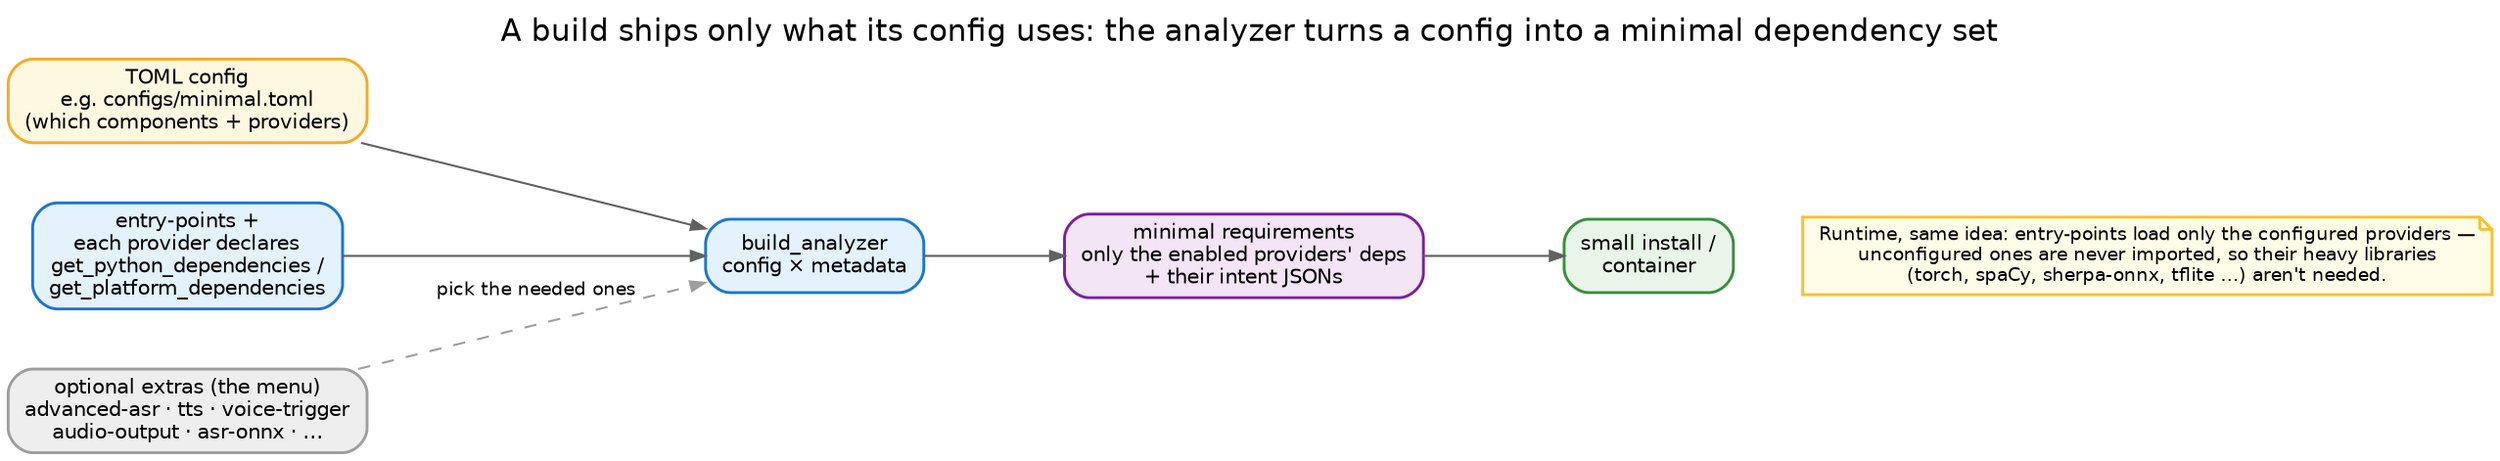
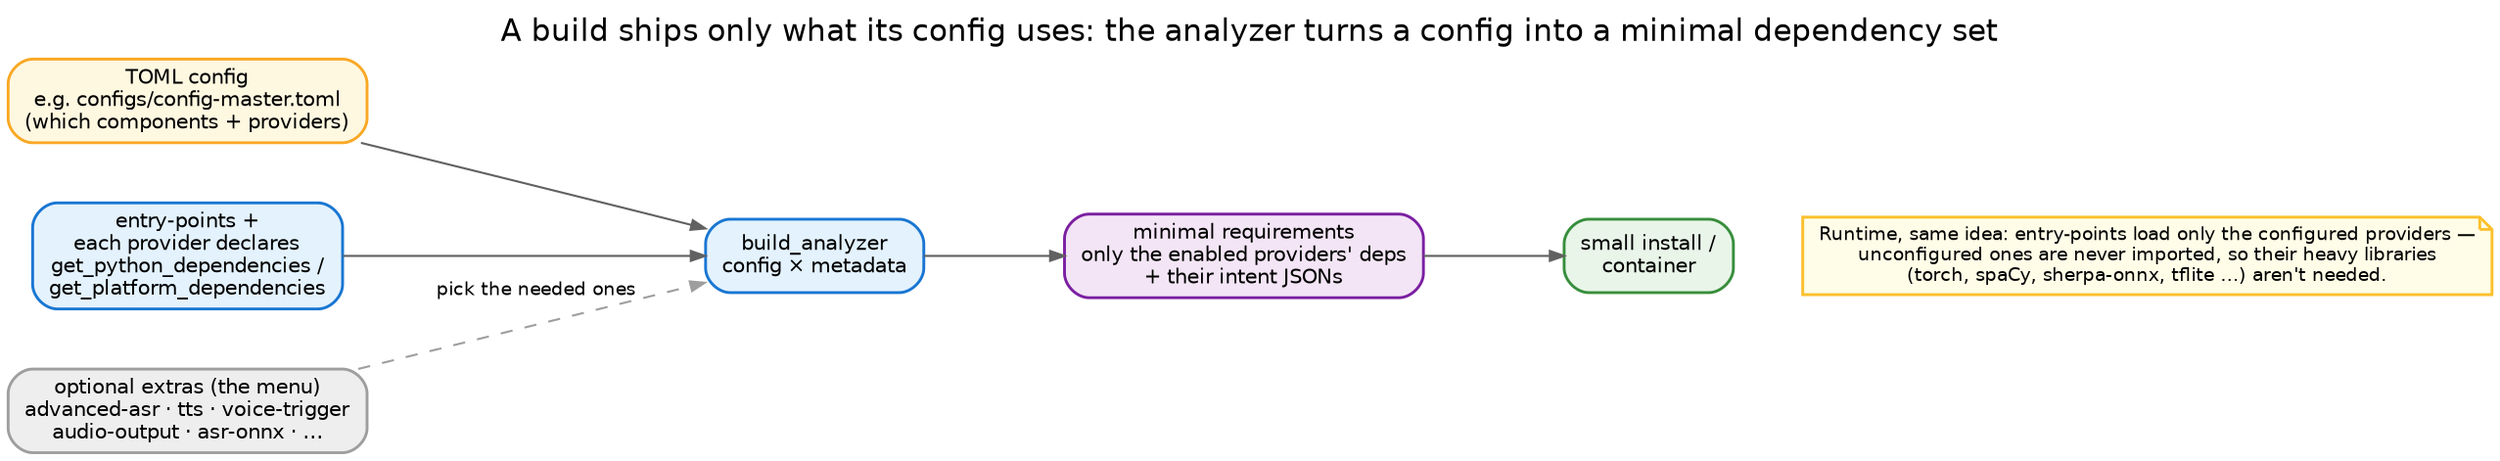
// Irene — minimal, config-driven builds. Render:
//   dot -Tpng docs/images/build-system.dot -o docs/images/build-system.png
digraph build {
  rankdir=LR; bgcolor="white"; splines=spline; nodesep=0.4; ranksep=0.95;
  fontname="Helvetica"; labelloc=t; fontsize=15;
  label="A build ships only what its config uses: the analyzer turns a config into a minimal dependency set";
  node [fontname="Helvetica", fontsize=10, shape=box, style="filled,rounded", penwidth=1.4];
  edge [fontname="Helvetica", fontsize=9, color="#616161", arrowsize=0.7];

-   config [label="TOML config\ne.g. configs/minimal.toml\n(which components + providers)", fillcolor="#fff8e1", color="#f9a825"];
+   config [label="TOML config\ne.g. configs/config-master.toml\n(which components + providers)", fillcolor="#fff8e1", color="#f9a825"];
  meta   [label="entry-points +\neach provider declares\nget_python_dependencies /\nget_platform_dependencies", fillcolor="#e3f2fd", color="#1976d2"];
  extras [label="optional extras (the menu)\nadvanced-asr · tts · voice-trigger\naudio-output · asr-onnx · …", fillcolor="#eeeeee", color="#9e9e9e"];

  analyzer [label="build_analyzer\nconfig × metadata", fillcolor="#e3f2fd", color="#1976d2"];
  reqs  [label="minimal requirements\nonly the enabled providers' deps\n+ their intent JSONs", fillcolor="#f3e5f5", color="#7b1fa2"];
  build [label="small install /\ncontainer", fillcolor="#e8f5e8", color="#388e3c"];

  config -> analyzer;
  meta   -> analyzer;
  extras -> analyzer [style=dashed, color="#9e9e9e", label="pick the needed ones"];
  analyzer -> reqs -> build;

  note [shape=note, fillcolor="#fffde7", color="#fbc02d", fontsize=9,
        label="Runtime, same idea: entry-points load only the configured providers —\nunconfigured ones are never imported, so their heavy libraries\n(torch, spaCy, sherpa-onnx, tflite …) aren't needed."];
  { rank=sink; note; }
}
